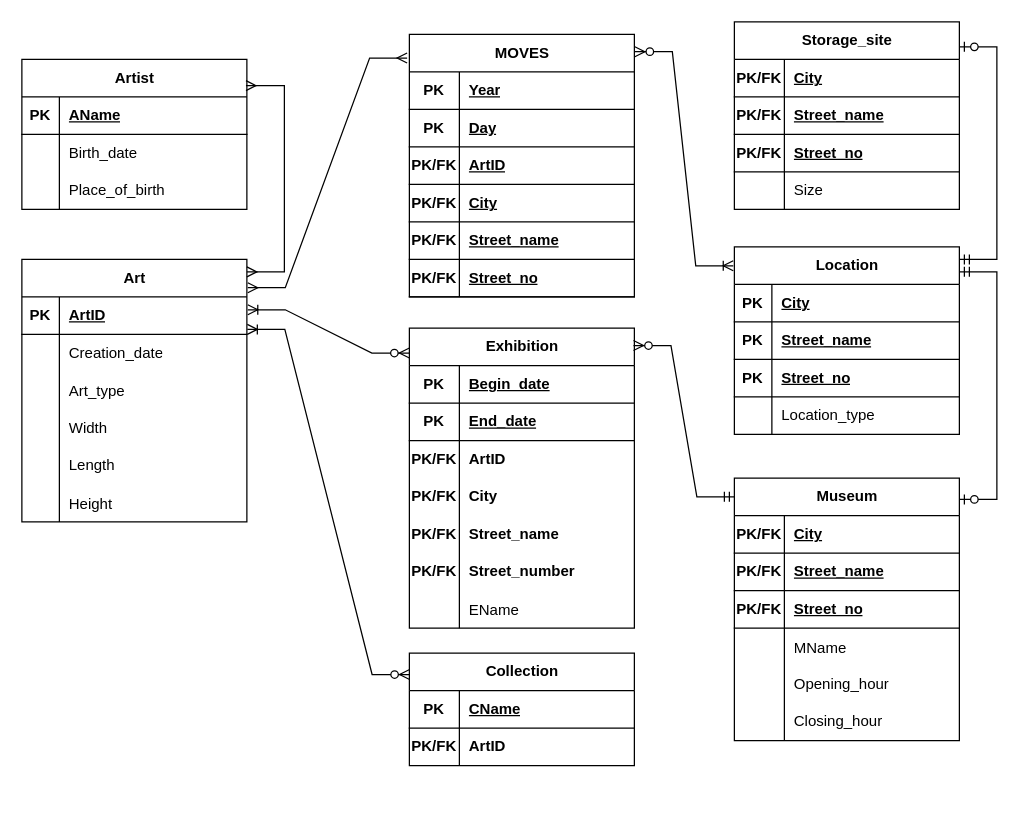
Earlier version of the draw.io diagram Untitled Diagram.drawio (armeirlaen/LEPl1506). Source tidied: cells renumbered, new cells numbered last; positions are measured from the earlier drawing's top-left corner, leaving out a move shared by most shapes. Both pictures are drawn from the tidied source at 125%, with x=0, y=0 at pixel (21, 21).
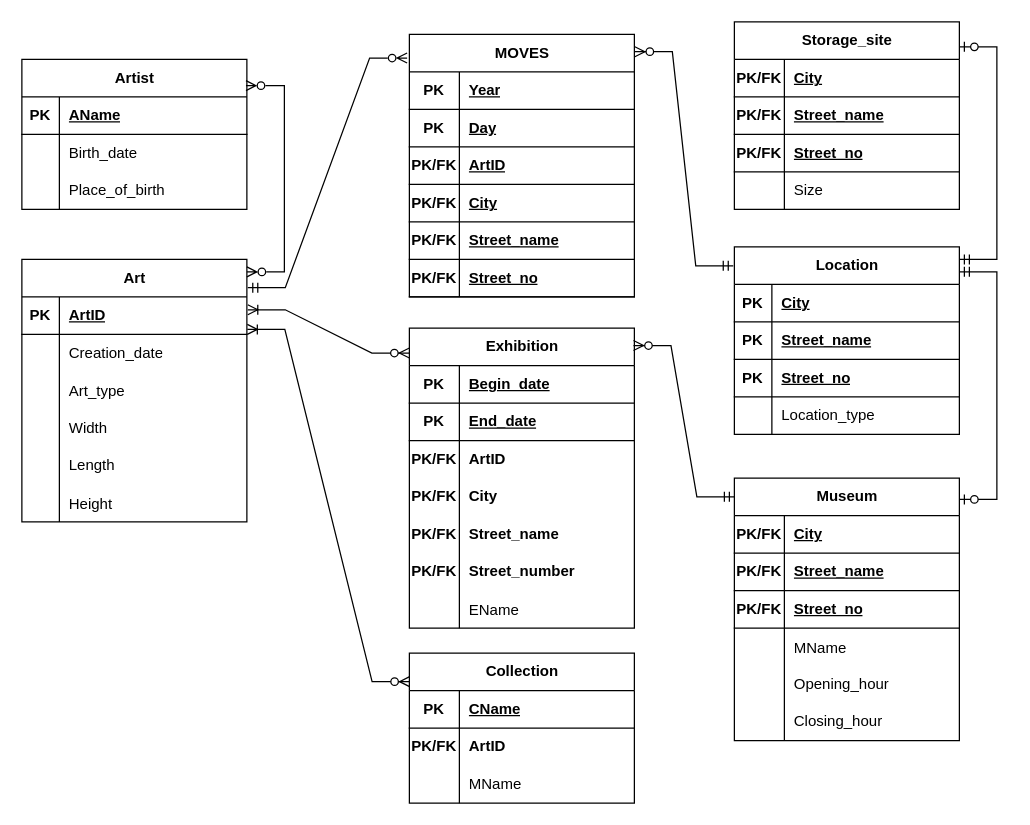
The same page after the edit.

The change refers to these unchanged cells:
```xml
<mxCell id="2" value="Art" style="shape=table;startSize=30;childLayout=tableLayout;rowLines=0;fontStyle=1;align=center;html=1;" parent="1" vertex="1">
  <mxGeometry y="190" width="180" height="210" as="geometry" />
</mxCell>
<mxCell id="21" value="Artist" style="shape=table;startSize=30;childLayout=tableLayout;rowLines=0;fontStyle=1;align=center;html=1;" parent="1" vertex="1">
  <mxGeometry y="30" width="180" height="120" as="geometry" />
</mxCell>
<mxCell id="93" value="MOVES" style="shape=table;startSize=30;childLayout=tableLayout;rowLines=0;fontStyle=1;align=center;html=1;" parent="1" vertex="1">
  <mxGeometry x="310" y="10" width="180" height="210" as="geometry" />
</mxCell>
<mxCell id="115" value="Location" style="shape=table;startSize=30;childLayout=tableLayout;rowLines=0;fontStyle=1;align=center;html=1;" parent="1" vertex="1">
  <mxGeometry x="570" y="180" width="180" height="150" as="geometry" />
</mxCell>
```

Change to the diagram source:
```diff
@@
     <mxCell id="31" value="Collection" style="shape=table;startSize=30;childLayout=tableLayout;rowLines=0;fontStyle=1;align=center;html=1;" parent="1" vertex="1">
-      <mxGeometry x="310" y="505" width="180" height="90" as="geometry" />
+      <mxGeometry x="310" y="505" width="180" height="120" as="geometry" />
     </mxCell>
@@
+    <mxCell id="132" style="shape=tableRow;horizontal=0;startSize=0;swimlaneHead=0;swimlaneBody=0;fillColor=none;top=0;left=0;right=0;bottom=0;" parent="31" vertex="1">
+      <mxGeometry y="90" width="180" height="30" as="geometry" />
+    </mxCell>
+    <mxCell id="133" style="shape=partialRectangle;fillColor=none;top=0;left=0;bottom=0;right=0;fontStyle=0;overflow=hidden;whiteSpace=wrap;html=1;" parent="132" vertex="1">
+      <mxGeometry width="40" height="30" as="geometry" />
+    </mxCell>
+    <mxCell id="134" value="MName" style="shape=partialRectangle;fillColor=none;top=0;left=0;bottom=0;right=0;align=left;spacingLeft=6;fontStyle=0;overflow=hidden;whiteSpace=wrap;html=1;" parent="132" vertex="1">
+      <mxGeometry x="40" width="140" height="30" as="geometry" />
+    </mxCell>
@@
-    <mxCell id="113" style="edgeStyle=entityRelationEdgeStyle;fontSize=12;html=1;endArrow=ERmany;startArrow=ERmany;rounded=0;entryX=0.996;entryY=0.175;entryDx=0;entryDy=0;entryPerimeter=0;" parent="1" edge="1" target="21">
+    <mxCell id="113" style="edgeStyle=entityRelationEdgeStyle;fontSize=12;html=1;endArrow=ERzeroToMany;startArrow=ERzeroToMany;rounded=0;entryX=0.996;entryY=0.175;entryDx=0;entryDy=0;entryPerimeter=0;startFill=0;endFill=0;" parent="1" edge="1" target="21">
       <mxGeometry relative="1" as="geometry">
         <mxPoint x="180" y="200" as="sourcePoint" />
       </mxGeometry>
     </mxCell>
-    <mxCell id="114" style="edgeStyle=entityRelationEdgeStyle;fontSize=12;html=1;endArrow=ERmany;startArrow=ERmany;rounded=0;exitX=1.004;exitY=0.108;exitDx=0;exitDy=0;entryX=-0.01;entryY=0.09;entryDx=0;entryDy=0;entryPerimeter=0;exitPerimeter=0;" parent="1" edge="1" source="2" target="93">
+    <mxCell id="114" style="edgeStyle=entityRelationEdgeStyle;fontSize=12;html=1;endArrow=ERzeroToMany;startArrow=ERmandOne;rounded=0;exitX=1.004;exitY=0.108;exitDx=0;exitDy=0;entryX=-0.01;entryY=0.09;entryDx=0;entryDy=0;entryPerimeter=0;exitPerimeter=0;endFill=0;startFill=0;" parent="1" edge="1" source="2" target="93">
       <mxGeometry relative="1" as="geometry" />
     </mxCell>
@@
-    <mxCell id="130" style="edgeStyle=entityRelationEdgeStyle;fontSize=12;html=1;endArrow=ERoneToMany;startArrow=ERzeroToMany;rounded=0;exitX=1.002;exitY=0.066;exitDx=0;exitDy=0;exitPerimeter=0;entryX=-0.005;entryY=0.101;entryDx=0;entryDy=0;entryPerimeter=0;" parent="1" edge="1" source="93" target="115">
+    <mxCell id="130" style="edgeStyle=entityRelationEdgeStyle;fontSize=12;html=1;endArrow=ERmandOne;startArrow=ERzeroToMany;rounded=0;exitX=1.002;exitY=0.066;exitDx=0;exitDy=0;exitPerimeter=0;entryX=-0.005;entryY=0.101;entryDx=0;entryDy=0;entryPerimeter=0;endFill=0;" parent="1" edge="1" source="93" target="115">
       <mxGeometry relative="1" as="geometry" />
     </mxCell>
```
